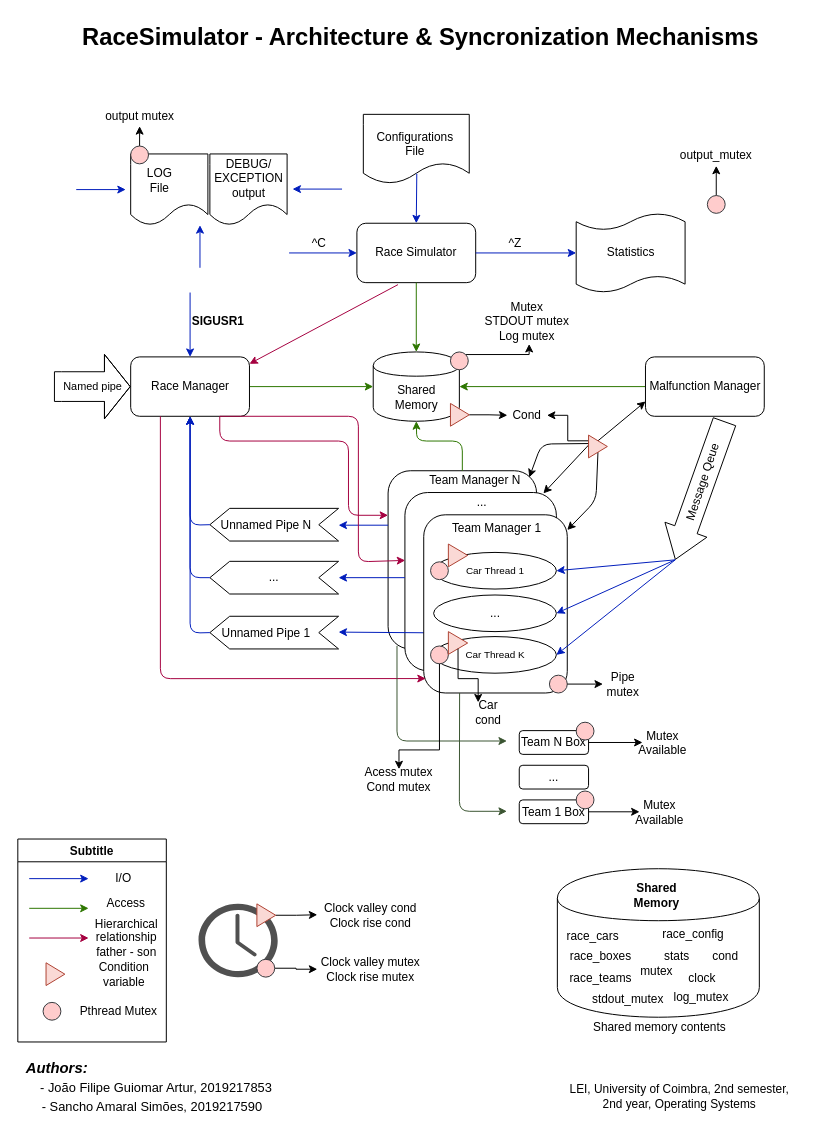
smartlord7/RaceSimulator keeps this draw.io diagram as diagram.drawio. Above is the earlier version. Source tidied: cells renumbered, new cells numbered last; positions are measured from the earlier drawing's top-left corner, leaving out a move shared by most shapes. Both pictures are drawn from the tidied source at 99%, with x=0, y=0 at pixel (18, 17).
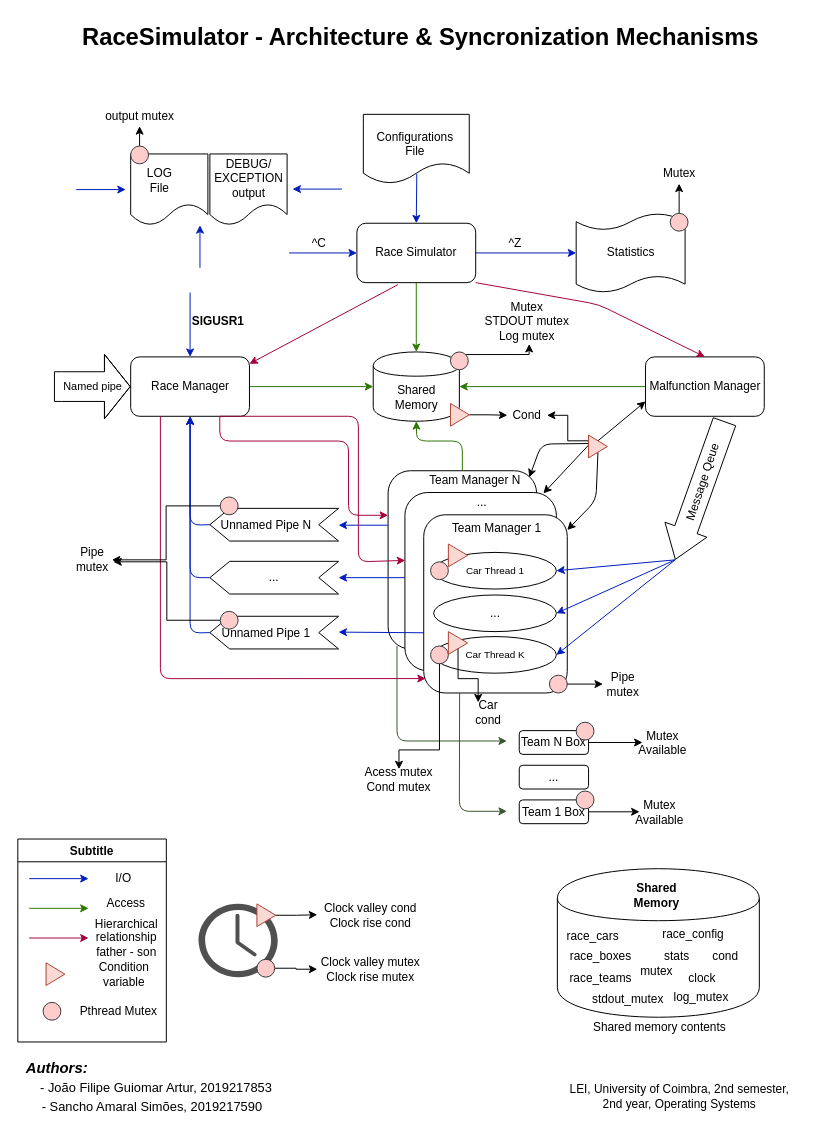
Above is the later version.

Commit message:
NEWDAWN: Replace diagram

The change refers to these unchanged cells:
```xml
<mxCell id="3" value="Race Simulator" style="rounded=1;whiteSpace=wrap;html=1;" parent="1" vertex="1">
  <mxGeometry x="342" y="208" width="120" height="60" as="geometry" />
</mxCell>
<mxCell id="6" value="Malfunction Manager" style="rounded=1;whiteSpace=wrap;html=1;" parent="1" vertex="1">
  <mxGeometry x="633.5" y="343" width="120" height="60" as="geometry" />
</mxCell>
```

The edit, as a diff of the source:
```diff
@@
-    <mxCell id="104" value="output_mutex" style="text;html=1;strokeColor=none;fillColor=none;align=center;verticalAlign=middle;whiteSpace=wrap;rounded=0;" parent="1" vertex="1">
-      <mxGeometry x="685" y="130" width="40" height="20" as="geometry" />
+    <mxCell id="104" value="Mutex" style="text;html=1;strokeColor=none;fillColor=none;align=center;verticalAlign=middle;whiteSpace=wrap;rounded=0;" parent="1" vertex="1">
+      <mxGeometry x="647.5" y="148" width="40" height="20" as="geometry" />
     </mxCell>
@@
     <mxCell id="134" style="ellipse;whiteSpace=wrap;html=1;fillColor=#ffcccc;strokeColor=#36393d;direction=north;" parent="1" vertex="1">
-      <mxGeometry x="696" y="180" width="18" height="18" as="geometry" />
+      <mxGeometry x="658.5" y="198" width="18" height="18" as="geometry" />
     </mxCell>
+    <mxCell id="135" style="edgeStyle=orthogonalEdgeStyle;rounded=0;jettySize=auto;html=1;exitX=0.5;exitY=0;exitDx=0;exitDy=0;entryX=1;entryY=0.5;entryDx=0;entryDy=0;" parent="1" edge="1" source="136" target="139">
+      <mxGeometry relative="1" as="geometry" />
+    </mxCell>
+    <mxCell id="136" style="ellipse;whiteSpace=wrap;html=1;fillColor=#ffcccc;strokeColor=#36393d;direction=north;" parent="1" vertex="1">
+      <mxGeometry x="204" y="484.5" width="18" height="18" as="geometry" />
+    </mxCell>
+    <mxCell id="137" style="edgeStyle=orthogonalEdgeStyle;rounded=0;jettySize=auto;html=1;exitX=0.5;exitY=0;exitDx=0;exitDy=0;" parent="1" edge="1" source="138">
+      <mxGeometry relative="1" as="geometry">
+        <mxPoint x="96" y="550" as="targetPoint" />
+        <Array as="points">
+          <mxPoint x="150" y="609" />
+          <mxPoint x="150" y="550" />
+        </Array>
+      </mxGeometry>
+    </mxCell>
+    <mxCell id="138" style="ellipse;whiteSpace=wrap;html=1;fillColor=#ffcccc;strokeColor=#36393d;direction=north;" parent="1" vertex="1">
+      <mxGeometry x="204" y="600" width="18" height="18" as="geometry" />
+    </mxCell>
+    <mxCell id="139" value="Pipe mutex" style="text;html=1;strokeColor=none;fillColor=none;align=center;verticalAlign=middle;whiteSpace=wrap;rounded=0;" parent="1" vertex="1">
+      <mxGeometry x="54.5" y="538" width="40" height="20" as="geometry" />
+    </mxCell>
+    <mxCell id="140" style="endArrow=classic;html=1;strokeColor=#A50040;fillColor=#d80073;entryX=0.5;entryY=0;entryDx=0;entryDy=0;exitX=1;exitY=1;exitDx=0;exitDy=0;" parent="1" edge="1" source="3" target="6">
+      <mxGeometry relative="1" as="geometry">
+        <Array as="points">
+          <mxPoint x="586" y="290" />
+        </Array>
+      </mxGeometry>
+    </mxCell>
```
